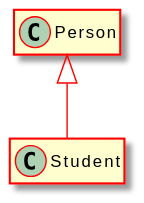
Test123938/Test1 keeps this PlantUML diagram as docs/api/assets/Person-umlClassDiagram-1.svg. Above is the earlier version. The source it was exported from:
```plantuml
@startuml
skinparam ClassArrowColor #ff0000
skinparam ClassBorderColor #ff0000
skinparam BackgroundColor transparent
hide empty methods
hide empty fields
class "Person" {
}
class "Student" {
}
"Person" <|-- "Student"
@enduml
```
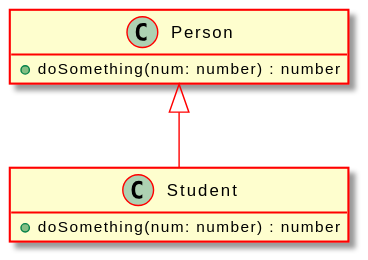
After the commit.

What changed in the source:
```diff
@@ -5,8 +5,10 @@
 hide empty methods
 hide empty fields
 class "Person" {
+    +doSomething(num: number) : number
 }
 class "Student" {
+    +doSomething(num: number) : number
 }
 "Person" <|-- "Student"
 @enduml
```
